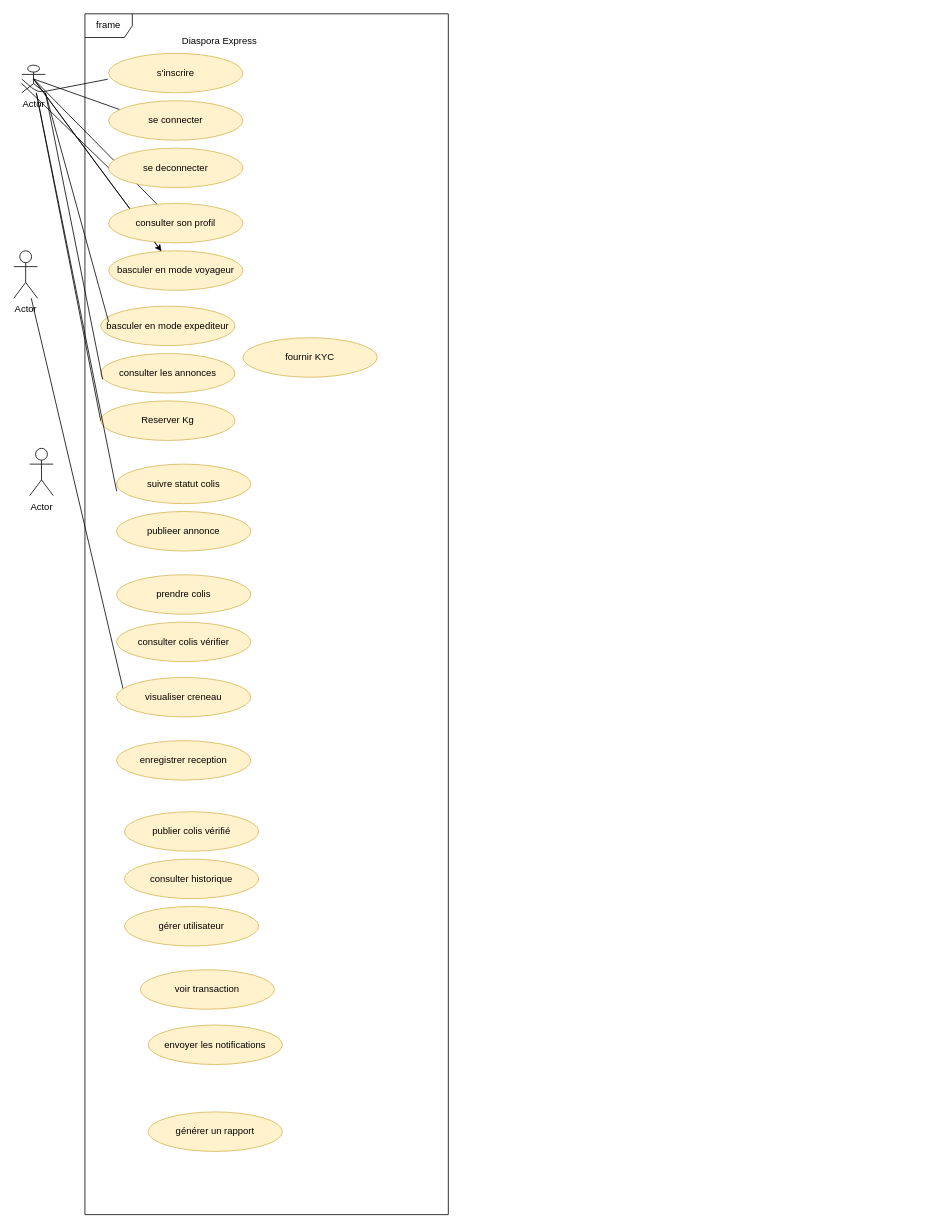
Earlier version of the draw.io diagram docs/Diagramme de cas utilisation.drawio (McChanel/Diaspora-Express). Source tidied: cells renumbered, new cells numbered last; positions are measured from the earlier drawing's top-left corner, leaving out a move shared by most shapes. Both pictures are drawn from the tidied source at 79%, with x=0, y=0 at pixel (13, 13).
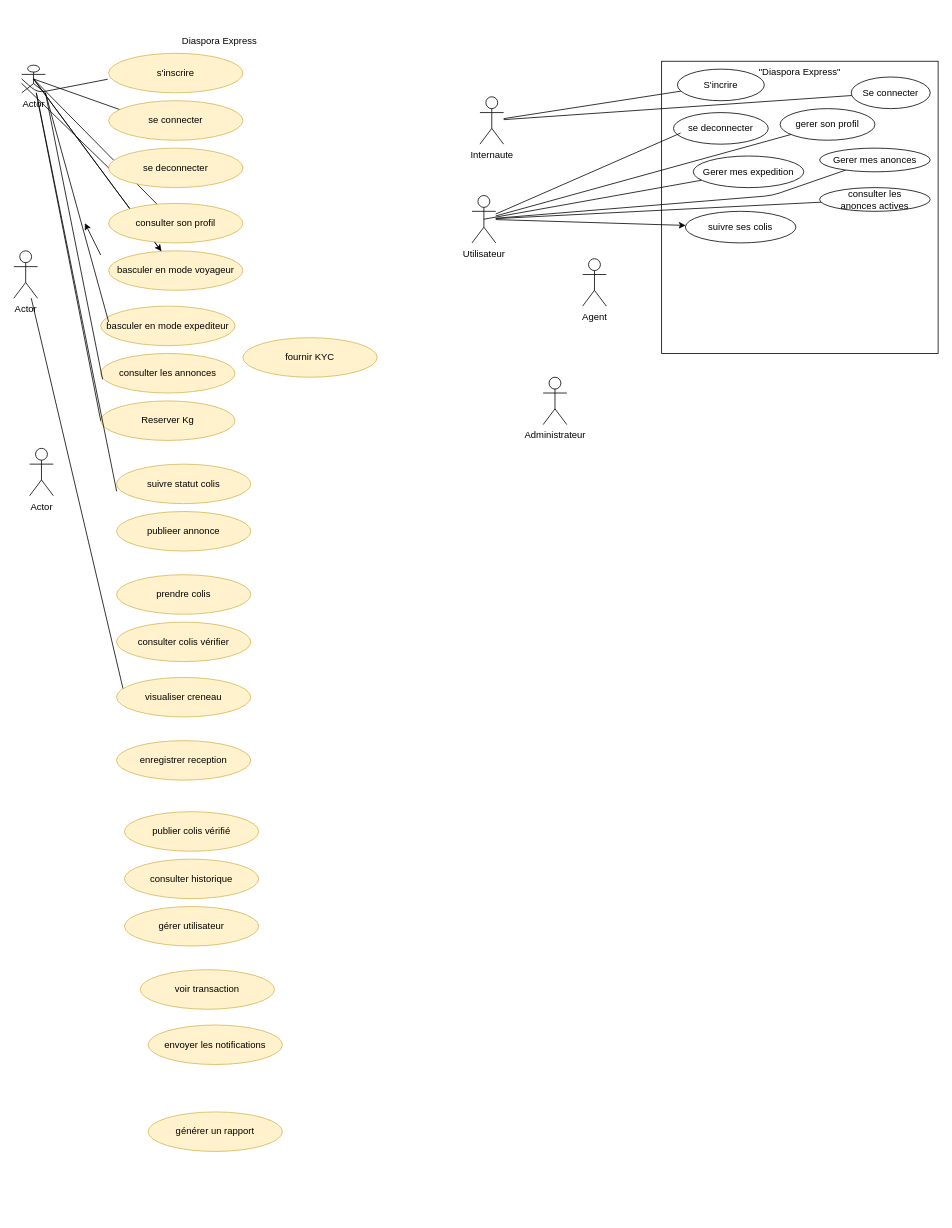
After the change.

Commit message:
Maj use case diagram

What changed in the source:
```diff
@@
-    <mxCell id="6" style="edgeStyle=none;html=1;" parent="1" edge="1" source="7">
+    <mxCell id="6" style="edgeStyle=none;html=1;" parent="1" edge="1">
       <mxGeometry relative="1" as="geometry">
+        <mxPoint x="110" y="305.4" as="sourcePoint" />
         <mxPoint x="90" y="265" as="targetPoint" />
       </mxGeometry>
     </mxCell>
-    <mxCell id="7" value="frame" style="shape=umlFrame;whiteSpace=wrap;html=1;" parent="1" vertex="1">
-      <mxGeometry x="90" width="460" height="1520" as="geometry" />
-    </mxCell>
@@
+    <mxCell id="40" value="&quot;Diaspora Express&quot;" style="html=1;whiteSpace=wrap;verticalAlign=top;" parent="1" vertex="1">
+      <mxGeometry x="820" y="60" width="350" height="370" as="geometry" />
+    </mxCell>
+    <mxCell id="41" style="edgeStyle=none;html=1;endArrow=none;endFill=0;" parent="1" edge="1" source="43" target="52">
+      <mxGeometry relative="1" as="geometry" />
+    </mxCell>
+    <mxCell id="42" style="edgeStyle=none;html=1;endArrow=none;endFill=0;" parent="1" edge="1" source="43" target="53">
+      <mxGeometry relative="1" as="geometry" />
+    </mxCell>
+    <mxCell id="43" value="Internaute" style="shape=umlActor;verticalLabelPosition=bottom;verticalAlign=top;html=1;" parent="1" vertex="1">
+      <mxGeometry x="590" y="105" width="30" height="60" as="geometry" />
+    </mxCell>
+    <mxCell id="44" style="edgeStyle=none;html=1;exitX=0.5;exitY=0.5;exitDx=0;exitDy=0;exitPerimeter=0;endArrow=none;endFill=0;" parent="1" edge="1" source="48" target="51">
+      <mxGeometry relative="1" as="geometry" />
+    </mxCell>
+    <mxCell id="45" style="edgeStyle=none;html=1;endArrow=none;endFill=0;" parent="1" edge="1" source="48" target="55">
+      <mxGeometry relative="1" as="geometry" />
+    </mxCell>
+    <mxCell id="46" style="edgeStyle=none;html=1;endArrow=none;endFill=0;" parent="1" edge="1" source="48" target="57">
+      <mxGeometry relative="1" as="geometry">
+        <Array as="points">
+          <mxPoint x="960" y="230" />
+        </Array>
+      </mxGeometry>
+    </mxCell>
+    <mxCell id="47" style="edgeStyle=none;html=1;" parent="1" edge="1" source="48" target="60">
+      <mxGeometry relative="1" as="geometry" />
+    </mxCell>
+    <mxCell id="48" value="Utilisateur" style="shape=umlActor;verticalLabelPosition=bottom;verticalAlign=top;html=1;" parent="1" vertex="1">
+      <mxGeometry x="580" y="230" width="30" height="60" as="geometry" />
+    </mxCell>
+    <mxCell id="49" value="Agent" style="shape=umlActor;verticalLabelPosition=bottom;verticalAlign=top;html=1;" parent="1" vertex="1">
+      <mxGeometry x="720" y="310" width="30" height="60" as="geometry" />
+    </mxCell>
+    <mxCell id="50" value="Administrateur" style="shape=umlActor;verticalLabelPosition=bottom;verticalAlign=top;html=1;" parent="1" vertex="1">
+      <mxGeometry x="670" y="460" width="30" height="60" as="geometry" />
+    </mxCell>
+    <mxCell id="51" value="Gerer mes expedition" style="ellipse;whiteSpace=wrap;html=1;" parent="1" vertex="1">
+      <mxGeometry x="860" y="180" width="140" height="40" as="geometry" />
+    </mxCell>
+    <mxCell id="52" value="S'incrire" style="ellipse;whiteSpace=wrap;html=1;" parent="1" vertex="1">
+      <mxGeometry x="840" y="70" width="110" height="40" as="geometry" />
+    </mxCell>
+    <mxCell id="53" value="Se connecter" style="ellipse;whiteSpace=wrap;html=1;" parent="1" vertex="1">
+      <mxGeometry x="1060" y="80" width="100" height="40" as="geometry" />
+    </mxCell>
+    <mxCell id="54" value="se deconnecter" style="ellipse;whiteSpace=wrap;html=1;" parent="1" vertex="1">
+      <mxGeometry x="835" y="125" width="120" height="40" as="geometry" />
+    </mxCell>
+    <mxCell id="55" value="gerer son profil" style="ellipse;whiteSpace=wrap;html=1;" parent="1" vertex="1">
+      <mxGeometry x="970" y="120" width="120" height="40" as="geometry" />
+    </mxCell>
+    <mxCell id="56" style="edgeStyle=none;html=1;entryX=0.075;entryY=0.649;entryDx=0;entryDy=0;entryPerimeter=0;endArrow=none;endFill=0;" parent="1" edge="1" source="48" target="54">
+      <mxGeometry relative="1" as="geometry" />
+    </mxCell>
+    <mxCell id="57" value="Gerer mes anonces" style="ellipse;whiteSpace=wrap;html=1;" parent="1" vertex="1">
+      <mxGeometry x="1020" y="170" width="140" height="30" as="geometry" />
+    </mxCell>
+    <mxCell id="58" value="consulter&amp;nbsp;&lt;span style=&quot;background-color: transparent;&quot;&gt;les&lt;/span&gt;&lt;div&gt;&lt;span style=&quot;background-color: transparent;&quot;&gt;anonces actives&lt;/span&gt;&lt;/div&gt;" style="ellipse;whiteSpace=wrap;html=1;" parent="1" vertex="1">
+      <mxGeometry x="1020" y="220" width="140" height="30" as="geometry" />
+    </mxCell>
+    <mxCell id="59" style="edgeStyle=none;html=1;endArrow=none;endFill=0;" parent="1" edge="1" source="48" target="58">
+      <mxGeometry relative="1" as="geometry" />
+    </mxCell>
+    <mxCell id="60" value="suivre ses colis" style="ellipse;whiteSpace=wrap;html=1;" parent="1" vertex="1">
+      <mxGeometry x="850" y="250" width="140" height="40" as="geometry" />
+    </mxCell>
```
